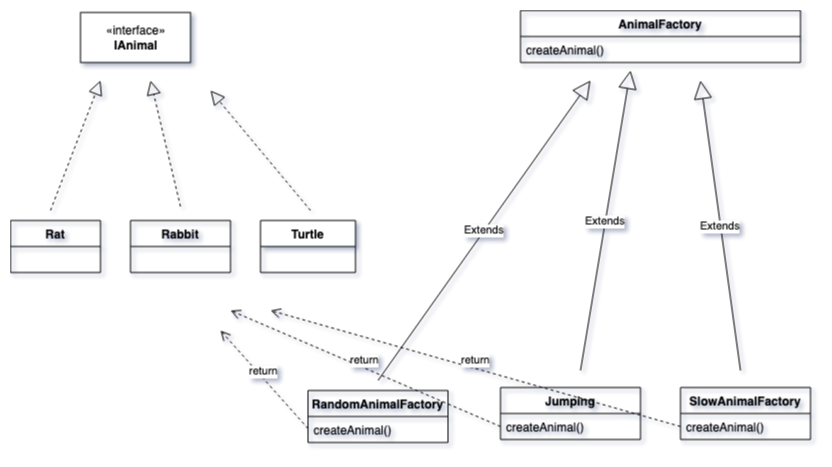
This is assets/img/animal-factory-method-pattern.png from axeldahlin/axeldahlin.github.io, a draw.io export, as it was before one commit. Source tidied: cells renumbered, new cells last; positions are measured from the earlier drawing's top-left corner, leaving out a move shared by most shapes.
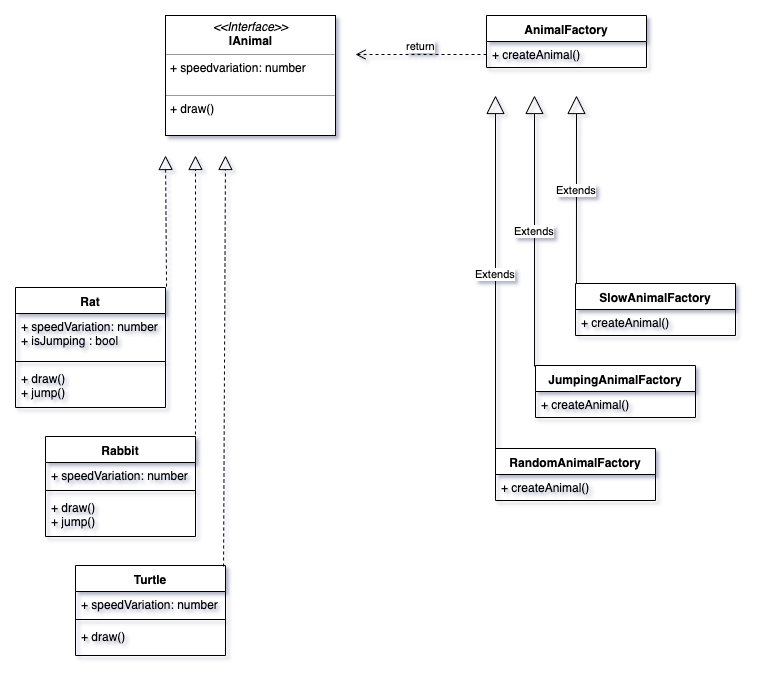
After the commit.

Commit message:
add factory method post

Diff of the diagram source:
```diff
@@ -2,93 +2,103 @@
   <root>
     <mxCell id="0" />
     <mxCell id="1" parent="0" />
+    <mxCell id="23" value="&lt;p style=&quot;margin: 0px ; margin-top: 4px ; text-align: center&quot;&gt;&lt;i&gt;&amp;lt;&amp;lt;Interface&amp;gt;&amp;gt;&lt;/i&gt;&lt;br&gt;&lt;b&gt;IAnimal&lt;/b&gt;&lt;/p&gt;&lt;hr size=&quot;1&quot;&gt;&lt;p style=&quot;margin: 0px ; margin-left: 4px&quot;&gt;+ speedvariation: number&lt;br&gt;&lt;br&gt;&lt;/p&gt;&lt;hr size=&quot;1&quot;&gt;&lt;p style=&quot;margin: 0px ; margin-left: 4px&quot;&gt;+ draw()&lt;/p&gt;" style="verticalAlign=top;align=left;overflow=fill;fontSize=12;fontFamily=Helvetica;html=1;" parent="1" vertex="1">
+      <mxGeometry x="180" y="-40" width="170" height="120" as="geometry" />
+    </mxCell>
+    <mxCell id="6" value="Rat" style="swimlane;fontStyle=1;align=center;verticalAlign=top;horizontal=1;startSize=26;" parent="1" vertex="1">
+      <mxGeometry x="30" y="232" width="150" height="120" as="geometry" />
+    </mxCell>
+    <mxCell id="24" value="+ speedVariation: number&#10;+ isJumping : bool&#10;" style="text;strokeColor=none;fillColor=none;align=left;verticalAlign=top;spacingLeft=4;spacingRight=4;overflow=hidden;" parent="6" vertex="1">
+      <mxGeometry y="26" width="150" height="44" as="geometry" />
+    </mxCell>
+    <mxCell id="25" style="line;strokeWidth=1;fillColor=none;align=left;verticalAlign=middle;spacingTop=-1;spacingLeft=3;spacingRight=3;labelPosition=right;" parent="6" vertex="1">
+      <mxGeometry y="70" width="150" height="8" as="geometry" />
+    </mxCell>
+    <mxCell id="26" value="+ draw()&#10;+ jump()" style="text;strokeColor=none;fillColor=none;align=left;verticalAlign=top;spacingLeft=4;spacingRight=4;overflow=hidden;" parent="6" vertex="1">
+      <mxGeometry y="78" width="150" height="42" as="geometry" />
+    </mxCell>
+    <mxCell id="7" value="Rabbit" style="swimlane;fontStyle=1;align=center;verticalAlign=top;horizontal=1;startSize=26;" parent="1" vertex="1">
+      <mxGeometry x="60" y="381" width="150" height="100" as="geometry" />
+    </mxCell>
+    <mxCell id="27" value="+ speedVariation: number&#10;&#10;" style="text;strokeColor=none;fillColor=none;align=left;verticalAlign=top;spacingLeft=4;spacingRight=4;overflow=hidden;" parent="7" vertex="1">
+      <mxGeometry y="26" width="150" height="24" as="geometry" />
+    </mxCell>
+    <mxCell id="28" style="line;strokeWidth=1;fillColor=none;align=left;verticalAlign=middle;spacingTop=-1;spacingLeft=3;spacingRight=3;labelPosition=right;" parent="7" vertex="1">
+      <mxGeometry y="50" width="150" height="8" as="geometry" />
+    </mxCell>
+    <mxCell id="29" value="+ draw()&#10;+ jump()" style="text;strokeColor=none;fillColor=none;align=left;verticalAlign=top;spacingLeft=4;spacingRight=4;overflow=hidden;" parent="7" vertex="1">
+      <mxGeometry y="58" width="150" height="42" as="geometry" />
+    </mxCell>
+    <mxCell id="5" value="Turtle" style="swimlane;fontStyle=1;align=center;verticalAlign=top;horizontal=1;startSize=26;" parent="1" vertex="1">
+      <mxGeometry x="90" y="510" width="150" height="90" as="geometry" />
+    </mxCell>
+    <mxCell id="30" value="+ speedVariation: number&#10;&#10;" style="text;strokeColor=none;fillColor=none;align=left;verticalAlign=top;spacingLeft=4;spacingRight=4;overflow=hidden;" parent="5" vertex="1">
+      <mxGeometry y="26" width="150" height="24" as="geometry" />
+    </mxCell>
+    <mxCell id="31" style="line;strokeWidth=1;fillColor=none;align=left;verticalAlign=middle;spacingTop=-1;spacingLeft=3;spacingRight=3;labelPosition=right;" parent="5" vertex="1">
+      <mxGeometry y="50" width="150" height="8" as="geometry" />
+    </mxCell>
+    <mxCell id="32" value="+ draw()" style="text;strokeColor=none;fillColor=none;align=left;verticalAlign=top;spacingLeft=4;spacingRight=4;overflow=hidden;" parent="5" vertex="1">
+      <mxGeometry y="58" width="150" height="32" as="geometry" />
+    </mxCell>
-    <mxCell id="2" value="AnimalFactory" style="swimlane;fontStyle=1;horizontal=1;startSize=26;fillColor=none;" parent="1" vertex="1">
-      <mxGeometry x="510" width="280" height="52" as="geometry" />
+    <mxCell id="2" value="AnimalFactory" style="swimlane;fontStyle=1;align=center;verticalAlign=top;horizontal=1;startSize=26;" parent="1" vertex="1">
+      <mxGeometry x="501" y="-40" width="160" height="52" as="geometry" />
     </mxCell>
-    <mxCell id="3" value="createAnimal()" style="text;strokeColor=none;fillColor=none;align=left;verticalAlign=top;spacingLeft=4;spacingRight=4;overflow=hidden;" parent="2" vertex="1">
-      <mxGeometry y="26" width="280" height="26" as="geometry" />
-    </mxCell>
-    <mxCell id="4" value="«interface»&lt;br&gt;&lt;b&gt;IAnimal&lt;/b&gt;" style="html=1;" parent="1" vertex="1">
-      <mxGeometry x="70" y="2" width="110" height="50" as="geometry" />
-    </mxCell>
-    <mxCell id="5" value="Turtle" style="swimlane;fontStyle=1;horizontal=1;startSize=26;" parent="1" vertex="1">
-      <mxGeometry x="250" y="210" width="95" height="52" as="geometry" />
-    </mxCell>
-    <mxCell id="6" value="Rat" style="swimlane;fontStyle=1;horizontal=1;startSize=26;fillColor=none;" parent="1" vertex="1">
-      <mxGeometry y="210" width="90" height="52" as="geometry" />
-    </mxCell>
-    <mxCell id="7" value="Rabbit" style="swimlane;fontStyle=1;horizontal=1;startSize=26;fillColor=none;" parent="1" vertex="1">
-      <mxGeometry x="120" y="210" width="100" height="52" as="geometry" />
-    </mxCell>
+    <mxCell id="33" value="+ createAnimal()" style="text;strokeColor=none;fillColor=none;align=left;verticalAlign=top;spacingLeft=4;spacingRight=4;overflow=hidden;points=[[0,0.5],[1,0.5]];portConstraint=eastwest;" parent="2" vertex="1">
+      <mxGeometry y="26" width="160" height="26" as="geometry" />
+    </mxCell>
-    <mxCell id="8" value="SlowAnimalFactory" style="swimlane;fontStyle=1;horizontal=1;startSize=26;fillColor=none;" parent="1" vertex="1">
-      <mxGeometry x="670" y="377" width="130" height="52" as="geometry" />
+    <mxCell id="8" value="SlowAnimalFactory" style="swimlane;fontStyle=1;align=center;verticalAlign=top;horizontal=1;startSize=26;" parent="1" vertex="1">
+      <mxGeometry x="590" y="228" width="160" height="52" as="geometry" />
     </mxCell>
-    <mxCell id="9" value="createAnimal()" style="text;strokeColor=none;fillColor=none;align=left;verticalAlign=top;spacingLeft=4;spacingRight=4;overflow=hidden;points=[[0,0.5],[1,0.5]];portConstraint=eastwest;" parent="8" vertex="1">
-      <mxGeometry y="26" width="130" height="26" as="geometry" />
-    </mxCell>
+    <mxCell id="34" value="+ createAnimal()" style="text;strokeColor=none;fillColor=none;align=left;verticalAlign=top;spacingLeft=4;spacingRight=4;overflow=hidden;" parent="8" vertex="1">
+      <mxGeometry y="26" width="160" height="26" as="geometry" />
+    </mxCell>
+    <mxCell id="35" value="JumpingAnimalFactory" style="swimlane;fontStyle=1;align=center;verticalAlign=top;horizontal=1;startSize=26;" parent="1" vertex="1">
+      <mxGeometry x="550" y="310" width="160" height="52" as="geometry" />
+    </mxCell>
+    <mxCell id="36" value="+ createAnimal()" style="text;strokeColor=none;fillColor=none;align=left;verticalAlign=top;spacingLeft=4;spacingRight=4;overflow=hidden;" parent="35" vertex="1">
+      <mxGeometry y="26" width="160" height="26" as="geometry" />
+    </mxCell>
-    <mxCell id="10" value="RandomAnimalFactory" style="swimlane;fontStyle=1;horizontal=1;startSize=26;fillColor=none;" parent="1" vertex="1">
-      <mxGeometry x="297.5" y="380" width="140" height="52" as="geometry" />
+    <mxCell id="10" value="RandomAnimalFactory" style="swimlane;fontStyle=1;align=center;verticalAlign=top;horizontal=1;startSize=26;" parent="1" vertex="1">
+      <mxGeometry x="510" y="393" width="160" height="52" as="geometry" />
     </mxCell>
-    <mxCell id="11" value="createAnimal()" style="text;strokeColor=none;fillColor=none;align=left;verticalAlign=top;spacingLeft=4;spacingRight=4;overflow=hidden;" parent="10" vertex="1">
-      <mxGeometry y="26" width="140" height="26" as="geometry" />
-    </mxCell>
-    <mxCell id="12" value="Jumping" style="swimlane;fontStyle=1;horizontal=1;startSize=26;fillColor=none;" parent="1" vertex="1">
-      <mxGeometry x="490" y="377" width="140" height="52" as="geometry" />
-    </mxCell>
-    <mxCell id="13" value="createAnimal()" style="text;strokeColor=none;fillColor=none;align=left;verticalAlign=top;spacingLeft=4;spacingRight=4;overflow=hidden;points=[[0,0.5],[1,0.5]];portConstraint=eastwest;" parent="12" vertex="1">
-      <mxGeometry y="26" width="140" height="26" as="geometry" />
-    </mxCell>
-    <mxCell id="14" value="return" style="html=1;verticalAlign=bottom;endArrow=open;dashed=1;endSize=8;" parent="1" edge="1">
-      <mxGeometry relative="1" as="geometry">
-        <mxPoint x="297.5" y="418" as="sourcePoint" />
-        <mxPoint x="210" y="320" as="targetPoint" />
-      </mxGeometry>
-    </mxCell>
-    <mxCell id="15" style="endArrow=block;dashed=1;endFill=0;endSize=12;html=1;" parent="1" edge="1">
-      <mxGeometry relative="1" as="geometry">
-        <mxPoint x="40" y="200" as="sourcePoint" />
-        <mxPoint x="90" y="70" as="targetPoint" />
-      </mxGeometry>
-    </mxCell>
-    <mxCell id="16" style="endArrow=block;dashed=1;endFill=0;endSize=12;html=1;" parent="1" edge="1">
-      <mxGeometry relative="1" as="geometry">
-        <mxPoint x="300" y="200" as="sourcePoint" />
-        <mxPoint x="200" y="80" as="targetPoint" />
-      </mxGeometry>
-    </mxCell>
-    <mxCell id="17" style="endArrow=block;dashed=1;endFill=0;endSize=12;html=1;" parent="1" edge="1">
-      <mxGeometry relative="1" as="geometry">
-        <mxPoint x="170" y="196" as="sourcePoint" />
-        <mxPoint x="140" y="70" as="targetPoint" />
-      </mxGeometry>
-    </mxCell>
-    <mxCell id="18" value="Extends" style="endArrow=block;endSize=16;endFill=0;html=1;" parent="1" edge="1">
-      <mxGeometry relative="1" as="geometry">
-        <mxPoint x="367.5" y="370" as="sourcePoint" />
-        <mxPoint x="580" y="70" as="targetPoint" />
-      </mxGeometry>
-    </mxCell>
-    <mxCell id="19" value="Extends" style="endArrow=block;endSize=16;endFill=0;html=1;" parent="1" edge="1">
-      <mxGeometry relative="1" as="geometry">
-        <mxPoint x="730" y="360" as="sourcePoint" />
-        <mxPoint x="690" y="70" as="targetPoint" />
-      </mxGeometry>
-    </mxCell>
-    <mxCell id="20" value="Extends" style="endArrow=block;endSize=16;endFill=0;html=1;" parent="1" edge="1">
-      <mxGeometry relative="1" as="geometry">
-        <mxPoint x="570" y="360" as="sourcePoint" />
-        <mxPoint x="620" y="60" as="targetPoint" />
-      </mxGeometry>
-    </mxCell>
-    <mxCell id="21" value="return" style="html=1;verticalAlign=bottom;endArrow=open;dashed=1;endSize=8;exitX=0;exitY=0.5;exitDx=0;exitDy=0;" parent="1" edge="1" source="9">
-      <mxGeometry relative="1" as="geometry">
-        <mxPoint x="260" y="300" as="targetPoint" />
-      </mxGeometry>
-    </mxCell>
-    <mxCell id="22" value="return" style="html=1;verticalAlign=bottom;endArrow=open;dashed=1;endSize=8;exitX=0;exitY=0.5;exitDx=0;exitDy=0;" parent="1" edge="1" source="13">
-      <mxGeometry relative="1" as="geometry">
-        <mxPoint x="220" y="300" as="targetPoint" />
-      </mxGeometry>
-    </mxCell>
+    <mxCell id="37" value="+ createAnimal()" style="text;strokeColor=none;fillColor=none;align=left;verticalAlign=top;spacingLeft=4;spacingRight=4;overflow=hidden;" parent="10" vertex="1">
+      <mxGeometry y="26" width="160" height="26" as="geometry" />
+    </mxCell>
+    <mxCell id="38" style="endArrow=block;dashed=1;endFill=0;endSize=12;html=1;exitX=1.007;exitY=-0.008;exitDx=0;exitDy=0;exitPerimeter=0;" parent="1" edge="1" source="6">
+      <mxGeometry relative="1" as="geometry">
+        <mxPoint x="180" y="100" as="targetPoint" />
+      </mxGeometry>
+    </mxCell>
+    <mxCell id="39" style="endArrow=block;dashed=1;endFill=0;endSize=12;html=1;exitX=1;exitY=-0.02;exitDx=0;exitDy=0;exitPerimeter=0;" parent="1" edge="1" source="7">
+      <mxGeometry relative="1" as="geometry">
+        <mxPoint x="210" y="100" as="targetPoint" />
+      </mxGeometry>
+    </mxCell>
+    <mxCell id="40" style="endArrow=block;dashed=1;endFill=0;endSize=12;html=1;exitX=0.987;exitY=0.011;exitDx=0;exitDy=0;exitPerimeter=0;" parent="1" edge="1" source="5">
+      <mxGeometry relative="1" as="geometry">
+        <mxPoint x="240" y="100" as="targetPoint" />
+      </mxGeometry>
+    </mxCell>
+    <mxCell id="41" value="Extends" style="endArrow=block;endSize=16;endFill=0;html=1;exitX=-0.006;exitY=0.019;exitDx=0;exitDy=0;exitPerimeter=0;" parent="1" edge="1" source="35">
+      <mxGeometry relative="1" as="geometry">
+        <mxPoint x="549" y="40" as="targetPoint" />
+      </mxGeometry>
+    </mxCell>
+    <mxCell id="42" value="Extends" style="endArrow=block;endSize=16;endFill=0;html=1;exitX=0;exitY=0.058;exitDx=0;exitDy=0;exitPerimeter=0;" parent="1" edge="1" source="10">
+      <mxGeometry relative="1" as="geometry">
+        <mxPoint x="510" y="40" as="targetPoint" />
+      </mxGeometry>
+    </mxCell>
+    <mxCell id="43" value="Extends" style="endArrow=block;endSize=16;endFill=0;html=1;exitX=0.006;exitY=0;exitDx=0;exitDy=0;exitPerimeter=0;" parent="1" edge="1" source="8">
+      <mxGeometry relative="1" as="geometry">
+        <mxPoint x="591" y="40" as="targetPoint" />
+      </mxGeometry>
+    </mxCell>
+    <mxCell id="44" value="return" style="html=1;verticalAlign=bottom;endArrow=open;dashed=1;endSize=8;exitX=0;exitY=0.5;exitDx=0;exitDy=0;" parent="1" edge="1" source="33">
+      <mxGeometry relative="1" as="geometry">
+        <mxPoint x="370" y="-1" as="targetPoint" />
+      </mxGeometry>
+    </mxCell>
   </root>
 </mxGraphModel>
```
